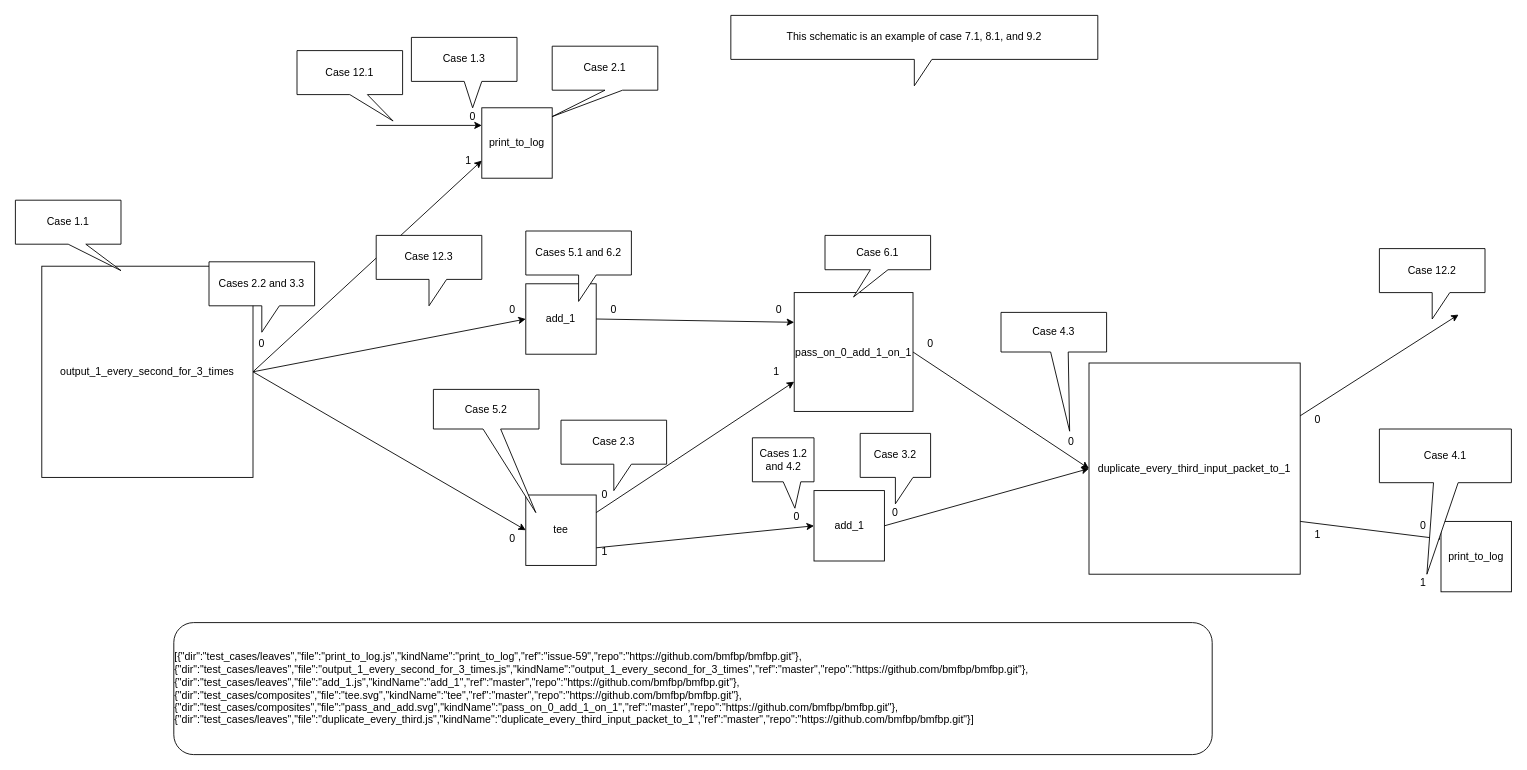
Before: page "top_level" (1 of 3) of test_cases/all_diagrams.drawio in bmfbp/bmfbp, a draw.io diagram. Source tidied: cells renumbered, new cells numbered last; positions are measured from the earlier drawing's top-left corner, leaving out a move shared by most shapes. Both pictures are drawn from the tidied source at 88%, with x=0, y=0 at pixel (15, 15).
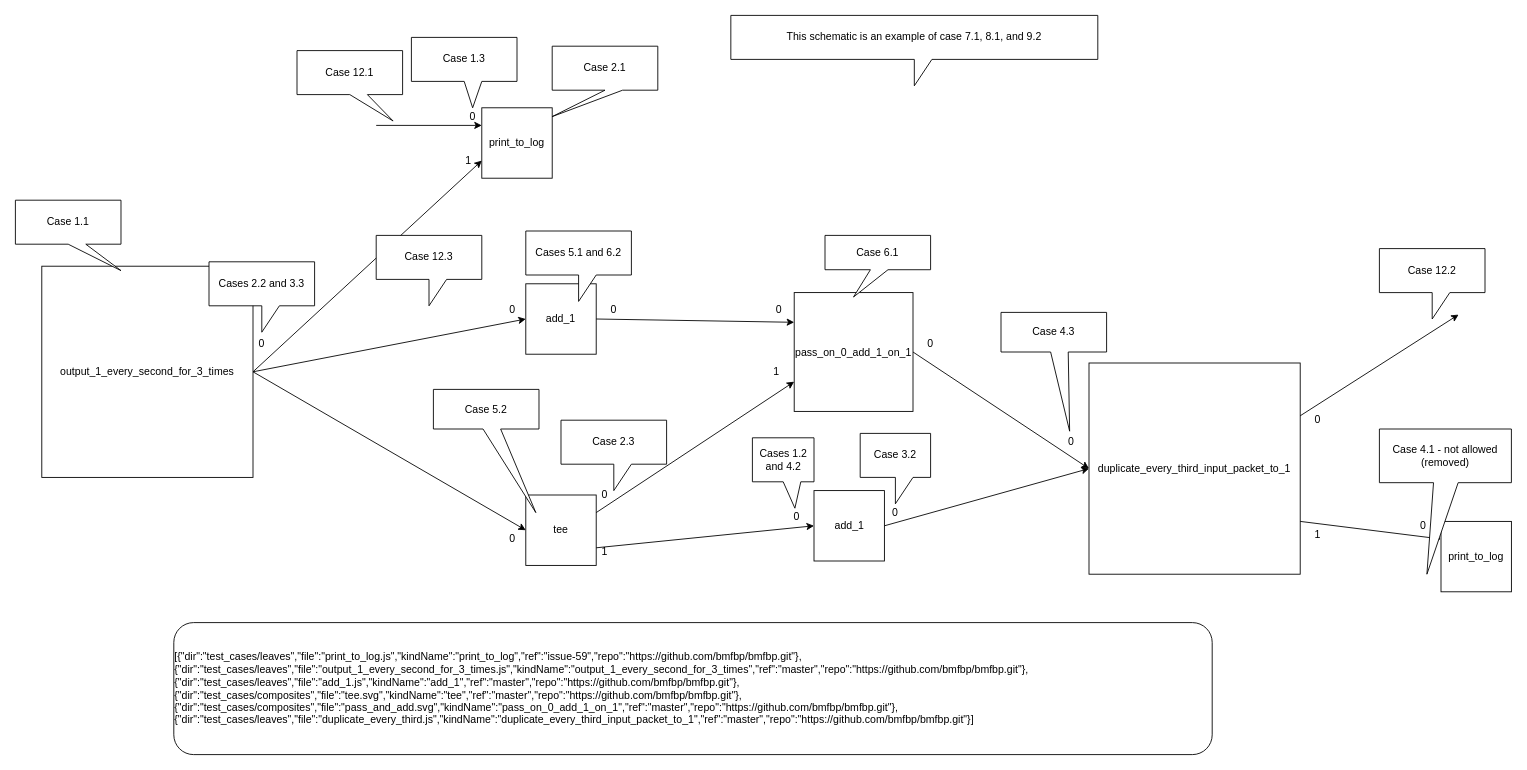
Above is the later version.

The edit, as a diff of the source:
```diff
@@
-    <mxCell id="52" value="1" style="text;html=1;strokeColor=none;fillColor=none;align=center;verticalAlign=middle;whiteSpace=wrap;rounded=0;" parent="1" vertex="1">
-      <mxGeometry x="1580" y="635" width="40" height="20" as="geometry" />
-    </mxCell>
-    <mxCell id="53" value="Case 4.1" style="shape=callout;whiteSpace=wrap;html=1;perimeter=calloutPerimeter;position2=0.36;base=28;size=104;position=0.41;" parent="1" vertex="1">
+    <mxCell id="53" value="Case 4.1 - not allowed (removed)" style="shape=callout;whiteSpace=wrap;html=1;perimeter=calloutPerimeter;position2=0.36;base=28;size=104;position=0.41;" parent="1" vertex="1">
       <mxGeometry x="1550" y="470" width="150" height="165" as="geometry" />
     </mxCell>
```
